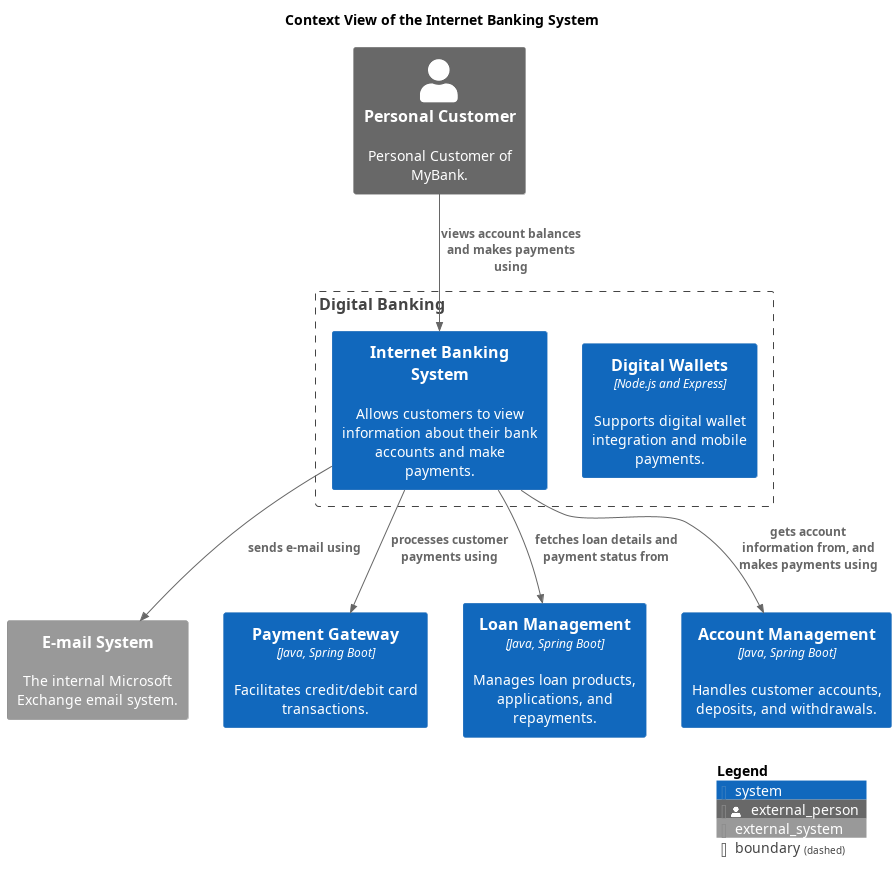
Above: docs/mybank/digital-banking/internet-banking-system/context-view.png in soulspace-org/my-bank-model (PlantUML), before the change.
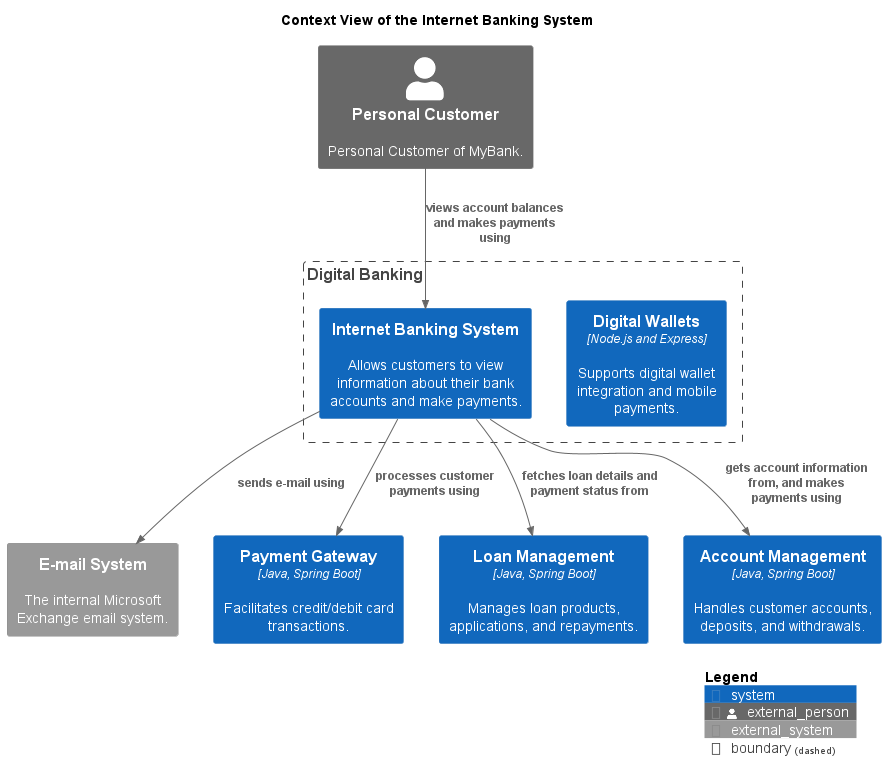
The same diagram one commit later.

The edit, as a diff of the source:
```diff
@@ -14,15 +14,14 @@
 
 title Context View of the Internet Banking System
 System_Ext(mybank_emailSystem, "E-mail System", $descr="The internal Microsoft Exchange email system.")
+Boundary(mybank_digitalBanking_contextBoundary, "Digital Banking") {
+  System(mybank_digitalBanking_digitalWalletsSystem, "Digital Wallets", $descr="Supports digital wallet integration and mobile payments.", $type="Node.js and Express")
+  System(mybank_digitalBanking_internetBankingSystem_internetBankingSystem, "Internet Banking System", $descr="Allows customers to view information about their bank accounts and make payments.")
+}
 Person_Ext(mybank_personalCustomer, "Personal Customer", $descr="Personal Customer of MyBank.")
 System(mybank_payment_paymentGatewaySystem, "Payment Gateway", $descr="Facilitates credit/debit card transactions.", $type="Java, Spring Boot")
 System(mybank_coreBanking_loanManagementSystem, "Loan Management", $descr="Manages loan products, applications, and repayments.", $type="Java, Spring Boot")
 System(mybank_coreBanking_accountManagementSystem, "Account Management", $descr="Handles customer accounts, deposits, and withdrawals.", $type="Java, Spring Boot")
-Boundary(mybank_digitalBanking_contextBoundary, "Digital Banking") {
-  System(mybank_digitalBanking_digitalWalletsSystem, "Digital Wallets", $descr="Supports digital wallet integration and mobile payments.", $type="Node.js and Express")
-  System(mybank_digitalBanking_internetBankingSystem_internetBankingSystem, "Internet Banking System", $descr="Allows customers to view information about their bank accounts and make payments.")
-  System(mybank_digitalBanking_internetBankingSystem_internetBankingSystem, "Internet Banking System", $descr="Allows customers to view information about their bank accounts and make payments.")
-}
 Rel(mybank_digitalBanking_internetBankingSystem_internetBankingSystem, mybank_emailSystem, "sends e-mail using")
 Rel(mybank_digitalBanking_internetBankingSystem_internetBankingSystem, mybank_coreBanking_loanManagementSystem, "fetches loan details and payment status from")
 Rel(mybank_personalCustomer, mybank_digitalBanking_internetBankingSystem_internetBankingSystem, "views account balances and makes payments using")
```
